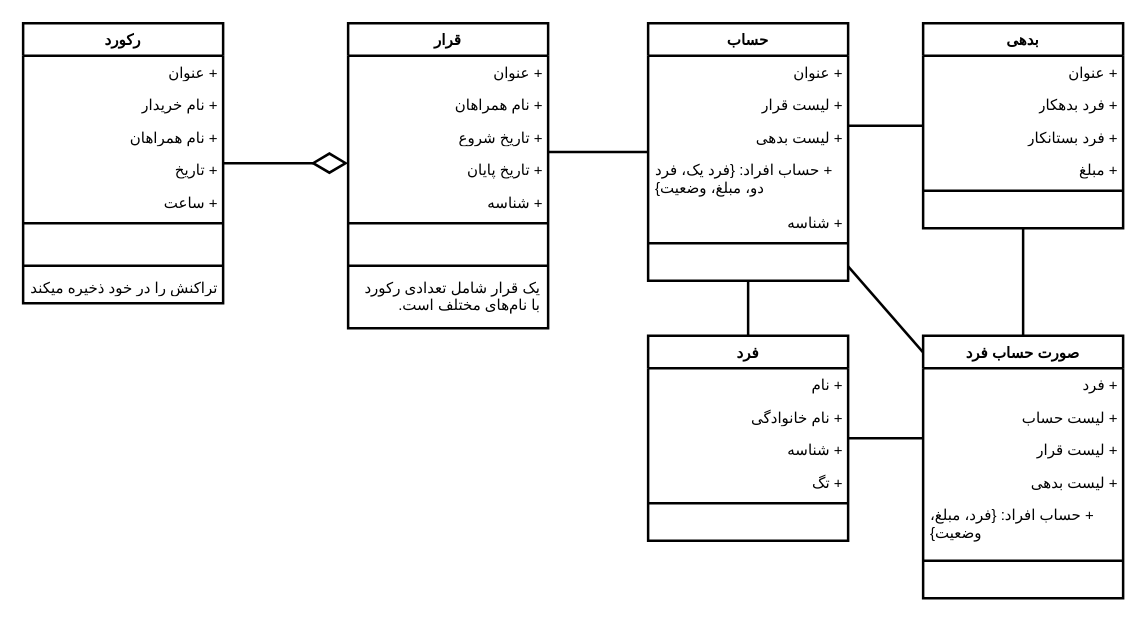
Above: page "Class" (1 of 14) of UML.drawio in moharamzadeh/lets-go-dutch (draw.io), before the change. Source tidied: cells renumbered, new cells numbered last; positions are measured from the earlier drawing's top-left corner, leaving out a move shared by most shapes. Both pictures are drawn from the tidied source at 125%, with x=0, y=0 at pixel (22, 22).
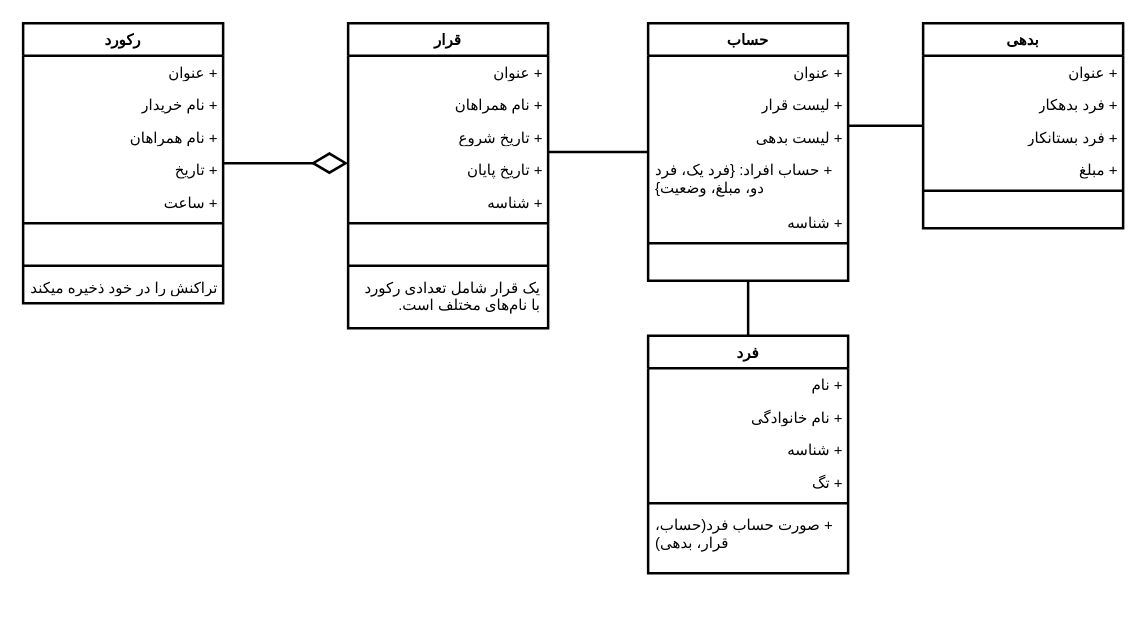
The same diagram, later.

Unchanged cells that the change refers to:
```xml
<mxCell id="30" value="حساب" style="swimlane;fontStyle=1;align=center;verticalAlign=top;horizontal=1;startSize=26;fontFamily=Vazirmatn;whiteSpace=wrap;html=1;textDirection=rtl;strokeWidth=2;" parent="1" vertex="1">
  <mxGeometry x="500" width="160" height="206" as="geometry" />
</mxCell>
<mxCell id="40" value="بدهی" style="swimlane;fontStyle=1;align=center;verticalAlign=top;horizontal=1;startSize=26;fontFamily=Vazirmatn;whiteSpace=wrap;html=1;textDirection=rtl;strokeWidth=2;" parent="1" vertex="1">
  <mxGeometry x="720" width="160" height="164" as="geometry" />
</mxCell>
```

Diff of the diagram source:
```diff
@@
     <mxCell id="23" value="فرد" style="swimlane;fontStyle=1;align=center;verticalAlign=top;horizontal=1;startSize=26;fontFamily=Vazirmatn;whiteSpace=wrap;html=1;textDirection=rtl;strokeWidth=2;" parent="1" vertex="1">
-      <mxGeometry x="500" y="250" width="160" height="164" as="geometry" />
+      <mxGeometry x="500" y="250" width="160" height="190" as="geometry" />
     </mxCell>
@@
-    <mxCell id="29" value=" " style="text;strokeColor=none;fillColor=none;align=left;verticalAlign=top;spacingLeft=4;spacingRight=4;overflow=hidden;fontFamily=Vazirmatn;whiteSpace=wrap;html=1;textDirection=rtl;strokeWidth=2;" parent="23" vertex="1">
-      <mxGeometry y="138" width="160" height="26" as="geometry" />
+    <mxCell id="29" value="+ صورت حساب فرد(حساب، قرار، بدهی)" style="text;strokeColor=none;fillColor=none;align=left;verticalAlign=top;spacingLeft=4;spacingRight=4;overflow=hidden;fontFamily=Vazirmatn;whiteSpace=wrap;html=1;textDirection=rtl;strokeWidth=2;" parent="23" vertex="1">
+      <mxGeometry y="138" width="160" height="52" as="geometry" />
     </mxCell>
@@
-    <mxCell id="48" value="صورت حساب فرد" style="swimlane;fontStyle=1;align=center;verticalAlign=top;horizontal=1;startSize=26;fontFamily=Vazirmatn;whiteSpace=wrap;html=1;textDirection=rtl;strokeWidth=2;" parent="1" vertex="1">
-      <mxGeometry x="720" y="250" width="160" height="210" as="geometry" />
-    </mxCell>
-    <mxCell id="49" value="+ فرد" style="text;strokeColor=none;fillColor=none;align=left;verticalAlign=top;spacingLeft=4;spacingRight=4;overflow=hidden;fontFamily=Vazirmatn;whiteSpace=wrap;html=1;textDirection=rtl;strokeWidth=2;" parent="48" vertex="1">
-      <mxGeometry y="26" width="160" height="26" as="geometry" />
-    </mxCell>
-    <mxCell id="50" value="+ لیست حساب" style="text;strokeColor=none;fillColor=none;align=left;verticalAlign=top;spacingLeft=4;spacingRight=4;overflow=hidden;fontFamily=Vazirmatn;whiteSpace=wrap;html=1;textDirection=rtl;strokeWidth=2;" parent="48" vertex="1">
-      <mxGeometry y="52" width="160" height="26" as="geometry" />
-    </mxCell>
-    <mxCell id="51" value="+ لیست قرار" style="text;strokeColor=none;fillColor=none;align=left;verticalAlign=top;spacingLeft=4;spacingRight=4;overflow=hidden;fontFamily=Vazirmatn;whiteSpace=wrap;html=1;textDirection=rtl;strokeWidth=2;" parent="48" vertex="1">
-      <mxGeometry y="78" width="160" height="26" as="geometry" />
-    </mxCell>
-    <mxCell id="52" value="+ لیست بدهی" style="text;strokeColor=none;fillColor=none;align=left;verticalAlign=top;spacingLeft=4;spacingRight=4;overflow=hidden;fontFamily=Vazirmatn;whiteSpace=wrap;html=1;textDirection=rtl;strokeWidth=2;" parent="48" vertex="1">
-      <mxGeometry y="104" width="160" height="26" as="geometry" />
-    </mxCell>
-    <mxCell id="53" value="+ حساب افراد: {فرد، مبلغ، وضعیت}" style="text;strokeColor=none;fillColor=none;align=left;verticalAlign=top;spacingLeft=4;spacingRight=4;overflow=hidden;fontFamily=Vazirmatn;whiteSpace=wrap;html=1;textDirection=rtl;strokeWidth=2;" parent="48" vertex="1">
-      <mxGeometry y="130" width="160" height="46" as="geometry" />
-    </mxCell>
-    <mxCell id="54" style="line;strokeWidth=2;fillColor=none;align=left;verticalAlign=middle;spacingTop=-1;spacingLeft=3;spacingRight=3;labelPosition=right;fontFamily=Vazirmatn;whiteSpace=wrap;html=1;textDirection=rtl;" parent="48" vertex="1">
-      <mxGeometry y="176" width="160" height="8" as="geometry" />
-    </mxCell>
-    <mxCell id="55" value=" " style="text;strokeColor=none;fillColor=none;align=left;verticalAlign=top;spacingLeft=4;spacingRight=4;overflow=hidden;fontFamily=Vazirmatn;whiteSpace=wrap;html=1;textDirection=rtl;strokeWidth=2;" parent="48" vertex="1">
-      <mxGeometry y="184" width="160" height="26" as="geometry" />
-    </mxCell>
-    <mxCell id="56" style="endArrow=none;endFill=0;endSize=24;html=1;rounded=0;fontFamily=Vazirmatn;edgeStyle=elbowEdgeStyle;elbow=vertical;strokeWidth=2;" parent="1" edge="1" source="23" target="48">
-      <mxGeometry relative="1" as="geometry" />
-    </mxCell>
-    <mxCell id="57" style="endArrow=none;endFill=0;endSize=24;html=1;rounded=0;fontFamily=Vazirmatn;edgeStyle=elbowEdgeStyle;elbow=vertical;strokeWidth=2;" parent="1" edge="1" source="40" target="48">
-      <mxGeometry relative="1" as="geometry" />
-    </mxCell>
-    <mxCell id="58" style="endArrow=none;endFill=0;endSize=24;html=1;rounded=0;fontFamily=Vazirmatn;strokeWidth=2;" parent="1" edge="1" source="30" target="48">
-      <mxGeometry relative="1" as="geometry" />
-    </mxCell>
```
